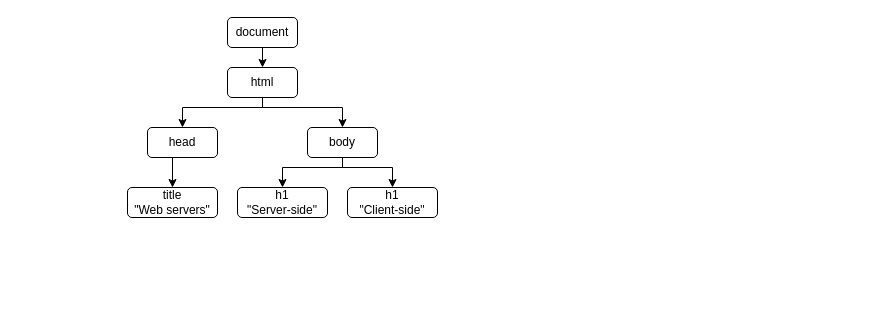
Before: html.drawio in bubblecup/webserverfunds, a draw.io diagram. Source tidied: cells renumbered, new cells numbered last; positions are measured from the earlier drawing's top-left corner, leaving out a move shared by most shapes. Both pictures are drawn from the tidied source at 100%, with x=0, y=0 at pixel (127, 17).
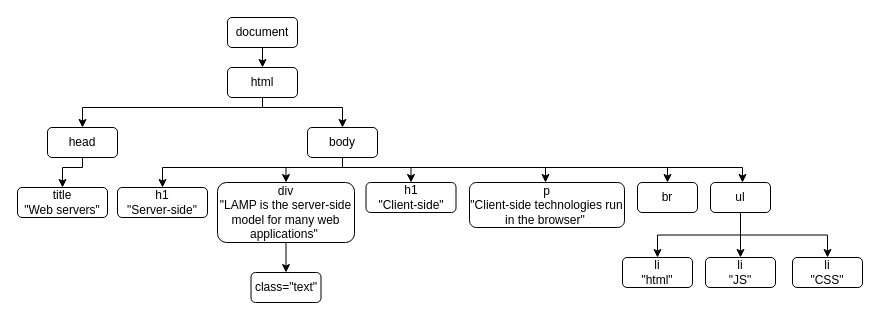
Above is the later version.

Unchanged cells that the change refers to:
```xml
<mxCell id="6" value="html" style="rounded=1;whiteSpace=wrap;html=1;" parent="1" vertex="1">
  <mxGeometry x="100" y="50" width="70" height="30" as="geometry" />
</mxCell>
<mxCell id="11" value="body" style="rounded=1;whiteSpace=wrap;html=1;" parent="1" vertex="1">
  <mxGeometry x="180" y="110" width="70" height="30" as="geometry" />
</mxCell>
```

Diff of the diagram source:
```diff
@@
     <mxCell id="4" style="edgeStyle=orthogonalEdgeStyle;rounded=0;jettySize=auto;html=1;exitX=0.5;exitY=1;exitDx=0;exitDy=0;entryX=0.5;entryY=0;entryDx=0;entryDy=0;" parent="1" edge="1" source="6" target="8">
       <mxGeometry relative="1" as="geometry">
         <Array as="points">
           <mxPoint x="135" y="90" />
-          <mxPoint x="55" y="90" />
+          <mxPoint x="-45" y="90" />
         </Array>
       </mxGeometry>
     </mxCell>
@@
     <mxCell id="7" style="edgeStyle=orthogonalEdgeStyle;rounded=0;jettySize=auto;html=1;exitX=0.5;exitY=1;exitDx=0;exitDy=0;entryX=0.5;entryY=0;entryDx=0;entryDy=0;" parent="1" edge="1" source="8" target="12">
-      <mxGeometry relative="1" as="geometry" />
+      <mxGeometry relative="1" as="geometry">
+        <Array as="points">
+          <mxPoint x="-45" y="150" />
+          <mxPoint x="-65" y="150" />
+        </Array>
+      </mxGeometry>
     </mxCell>
     <mxCell id="8" value="head" style="rounded=1;whiteSpace=wrap;html=1;" parent="1" vertex="1">
-      <mxGeometry x="20" y="110" width="70" height="30" as="geometry" />
+      <mxGeometry x="-80" y="110" width="70" height="30" as="geometry" />
     </mxCell>
     <mxCell id="9" style="edgeStyle=orthogonalEdgeStyle;rounded=0;jettySize=auto;html=1;exitX=0.5;exitY=1;exitDx=0;exitDy=0;entryX=0.5;entryY=0;entryDx=0;entryDy=0;" parent="1" edge="1" source="11" target="13">
       <mxGeometry relative="1" as="geometry">
         <Array as="points">
           <mxPoint x="215" y="150" />
-          <mxPoint x="155" y="150" />
+          <mxPoint x="35" y="150" />
         </Array>
       </mxGeometry>
     </mxCell>
     <mxCell id="10" style="edgeStyle=orthogonalEdgeStyle;rounded=0;jettySize=auto;html=1;exitX=0.5;exitY=1;exitDx=0;exitDy=0;entryX=0.5;entryY=0;entryDx=0;entryDy=0;" parent="1" edge="1" source="11" target="14">
       <mxGeometry relative="1" as="geometry">
         <Array as="points">
           <mxPoint x="215" y="150" />
-          <mxPoint x="265" y="150" />
+          <mxPoint x="284" y="150" />
         </Array>
       </mxGeometry>
     </mxCell>
+    <mxCell id="15" style="edgeStyle=orthogonalEdgeStyle;rounded=0;jettySize=auto;html=1;exitX=0.5;exitY=1;exitDx=0;exitDy=0;" parent="1" edge="1" source="11" target="28">
+      <mxGeometry relative="1" as="geometry">
+        <Array as="points">
+          <mxPoint x="215" y="150" />
+          <mxPoint x="418" y="150" />
+        </Array>
+      </mxGeometry>
+    </mxCell>
+    <mxCell id="16" style="edgeStyle=orthogonalEdgeStyle;rounded=0;jettySize=auto;html=1;exitX=0.5;exitY=1;exitDx=0;exitDy=0;entryX=0.5;entryY=0;entryDx=0;entryDy=0;" parent="1" edge="1" source="11" target="29">
+      <mxGeometry relative="1" as="geometry">
+        <Array as="points">
+          <mxPoint x="215" y="150" />
+          <mxPoint x="540" y="150" />
+        </Array>
+      </mxGeometry>
+    </mxCell>
+    <mxCell id="17" style="edgeStyle=orthogonalEdgeStyle;rounded=0;jettySize=auto;html=1;exitX=0.5;exitY=1;exitDx=0;exitDy=0;" parent="1" edge="1" source="11" target="24">
+      <mxGeometry relative="1" as="geometry">
+        <Array as="points">
+          <mxPoint x="215" y="150" />
+          <mxPoint x="615" y="150" />
+        </Array>
+      </mxGeometry>
+    </mxCell>
+    <mxCell id="18" style="edgeStyle=orthogonalEdgeStyle;rounded=0;jettySize=auto;html=1;exitX=0.5;exitY=1;exitDx=0;exitDy=0;entryX=0.5;entryY=0;entryDx=0;entryDy=0;" parent="1" edge="1" source="11" target="20">
+      <mxGeometry relative="1" as="geometry">
+        <Array as="points">
+          <mxPoint x="215" y="150" />
+          <mxPoint x="159" y="150" />
+        </Array>
+      </mxGeometry>
+    </mxCell>
@@
     <mxCell id="12" value="title&lt;br&gt;&quot;Web servers&quot;" style="rounded=1;whiteSpace=wrap;html=1;" parent="1" vertex="1">
-      <mxGeometry y="170" width="90" height="30" as="geometry" />
+      <mxGeometry x="-110" y="170" width="90" height="30" as="geometry" />
     </mxCell>
     <mxCell id="13" value="h1&lt;br&gt;&quot;Server-side&quot;" style="rounded=1;whiteSpace=wrap;html=1;" parent="1" vertex="1">
-      <mxGeometry x="110" y="170" width="90" height="30" as="geometry" />
+      <mxGeometry x="-10" y="170" width="90" height="30" as="geometry" />
     </mxCell>
+    <mxCell id="19" style="edgeStyle=orthogonalEdgeStyle;rounded=0;jettySize=auto;html=1;exitX=0.5;exitY=1;exitDx=0;exitDy=0;entryX=0.5;entryY=0;entryDx=0;entryDy=0;" parent="1" edge="1" source="20" target="30">
+      <mxGeometry relative="1" as="geometry" />
+    </mxCell>
+    <mxCell id="20" value="div&lt;br&gt;&quot;LAMP is the server-side model for many web applications&quot;&amp;nbsp;" style="rounded=1;whiteSpace=wrap;html=1;" parent="1" vertex="1">
+      <mxGeometry x="90" y="165" width="137" height="60" as="geometry" />
+    </mxCell>
     <mxCell id="14" value="h1&lt;br&gt;&quot;Client-side&quot;" style="rounded=1;whiteSpace=wrap;html=1;" parent="1" vertex="1">
-      <mxGeometry x="220" y="170" width="90" height="30" as="geometry" />
+      <mxGeometry x="238.5" y="165" width="90" height="30" as="geometry" />
     </mxCell>
+    <mxCell id="21" style="edgeStyle=orthogonalEdgeStyle;rounded=0;jettySize=auto;html=1;exitX=0.5;exitY=1;exitDx=0;exitDy=0;entryX=0.5;entryY=0;entryDx=0;entryDy=0;" parent="1" edge="1" source="24" target="25">
+      <mxGeometry relative="1" as="geometry" />
+    </mxCell>
+    <mxCell id="22" style="edgeStyle=orthogonalEdgeStyle;rounded=0;jettySize=auto;html=1;exitX=0.5;exitY=1;exitDx=0;exitDy=0;entryX=0.5;entryY=0;entryDx=0;entryDy=0;" parent="1" edge="1" source="24" target="26">
+      <mxGeometry relative="1" as="geometry" />
+    </mxCell>
+    <mxCell id="23" style="edgeStyle=orthogonalEdgeStyle;rounded=0;jettySize=auto;html=1;exitX=0.5;exitY=1;exitDx=0;exitDy=0;entryX=0.5;entryY=0;entryDx=0;entryDy=0;" parent="1" edge="1" source="24" target="27">
+      <mxGeometry relative="1" as="geometry" />
+    </mxCell>
+    <mxCell id="24" value="ul" style="rounded=1;whiteSpace=wrap;html=1;" parent="1" vertex="1">
+      <mxGeometry x="583" y="165" width="60" height="30" as="geometry" />
+    </mxCell>
+    <mxCell id="25" value="li&lt;br&gt;&quot;html&quot;" style="rounded=1;whiteSpace=wrap;html=1;" parent="1" vertex="1">
+      <mxGeometry x="495" y="240" width="70" height="30" as="geometry" />
+    </mxCell>
+    <mxCell id="26" value="li&lt;br&gt;&quot;JS&quot;" style="rounded=1;whiteSpace=wrap;html=1;" parent="1" vertex="1">
+      <mxGeometry x="578" y="240" width="70" height="30" as="geometry" />
+    </mxCell>
+    <mxCell id="27" value="li&lt;br&gt;&quot;CSS&quot;" style="rounded=1;whiteSpace=wrap;html=1;" parent="1" vertex="1">
+      <mxGeometry x="665" y="240" width="70" height="30" as="geometry" />
+    </mxCell>
+    <mxCell id="28" value="p&lt;br&gt;&quot;Client-side technologies run in the browser&quot;&amp;nbsp;" style="rounded=1;whiteSpace=wrap;html=1;" parent="1" vertex="1">
+      <mxGeometry x="342" y="165" width="155" height="45" as="geometry" />
+    </mxCell>
+    <mxCell id="29" value="br" style="rounded=1;whiteSpace=wrap;html=1;" parent="1" vertex="1">
+      <mxGeometry x="510" y="165" width="60" height="30" as="geometry" />
+    </mxCell>
+    <mxCell id="30" value="class=&quot;text&quot;" style="rounded=1;whiteSpace=wrap;html=1;" parent="1" vertex="1">
+      <mxGeometry x="123.5" y="255" width="70" height="30" as="geometry" />
+    </mxCell>
```
